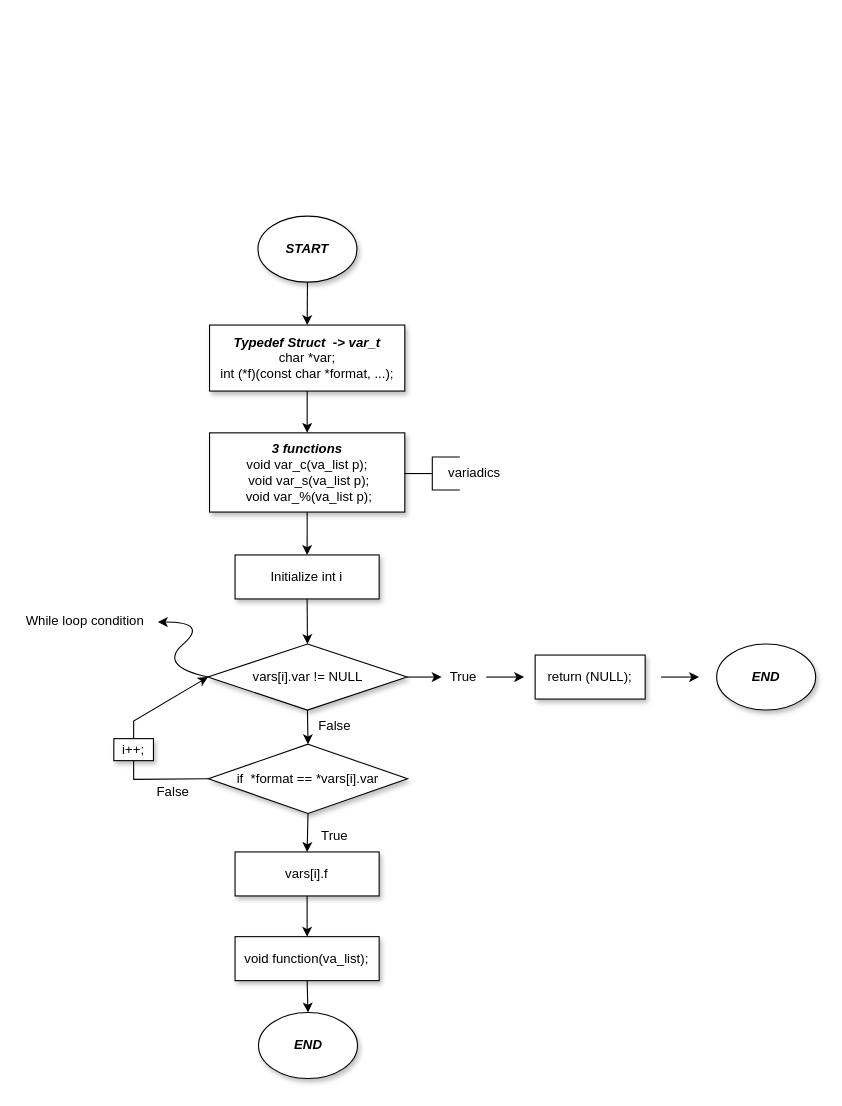
Earlier version of the draw.io diagram Diagramme sans nom.drawio (Amandine4731/holbertonschool-printf). Source tidied: cells renumbered, new cells numbered last; positions are measured from the earlier drawing's top-left corner, leaving out a move shared by most shapes. Both pictures are drawn from the tidied source at 110%, with x=0, y=0 at pixel (19, 216).
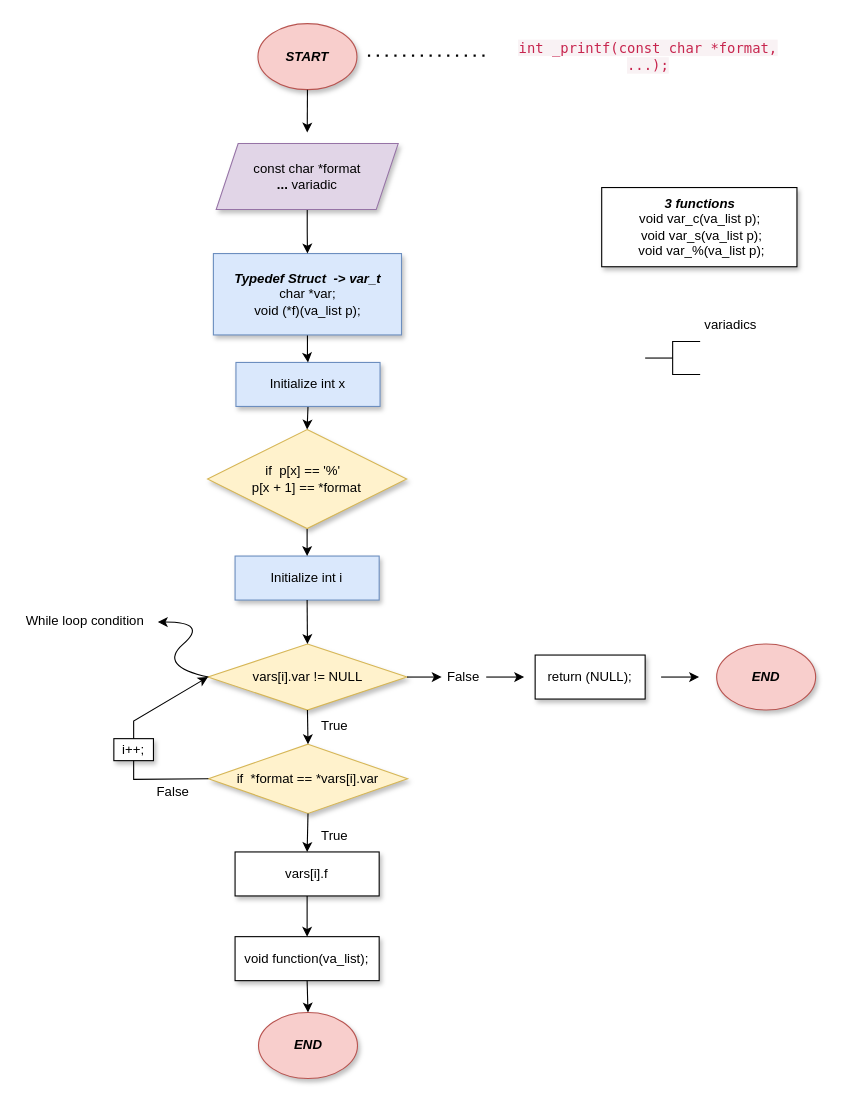
The same page after the edit.

Commit message:
Mettre à jour Diagramme sans nom.drawio

Change to the diagram source:
```diff
@@
-    <mxCell id="2" value="&lt;b&gt;&lt;i&gt;START&lt;/i&gt;&lt;/b&gt;" style="ellipse;whiteSpace=wrap;html=1;shadow=1;" parent="1" vertex="1">
-      <mxGeometry x="217" width="90" height="60" as="geometry" />
+    <mxCell id="2" value="&lt;b&gt;&lt;i&gt;START&lt;/i&gt;&lt;/b&gt;" style="ellipse;whiteSpace=wrap;html=1;shadow=1;fillColor=#f8cecc;strokeColor=#b85450;" parent="1" vertex="1">
+      <mxGeometry x="217" y="-175" width="90" height="60" as="geometry" />
     </mxCell>
-    <mxCell id="3" value="&lt;b&gt;&lt;i&gt;Typedef Struct&amp;nbsp; -&amp;gt; var_t&lt;/i&gt;&lt;/b&gt;&lt;br&gt;char *var;&lt;br&gt;int (*f)(const char *format, ...);" style="rounded=0;whiteSpace=wrap;html=1;shadow=1;" parent="1" vertex="1">
-      <mxGeometry x="173" y="99" width="177.5" height="60" as="geometry" />
-    </mxCell>
     <mxCell id="4" value="&lt;b&gt;&lt;i&gt;3 functions&lt;br&gt;&lt;/i&gt;&lt;/b&gt;&lt;div&gt;void var_c(va_list p);&lt;/div&gt;&lt;div&gt;&amp;nbsp;void var_s(va_list p);&lt;/div&gt;&lt;div&gt;&amp;nbsp;void var_%(va_list p);&lt;/div&gt;" style="rounded=0;whiteSpace=wrap;html=1;shadow=1;" parent="1" vertex="1">
-      <mxGeometry x="173" y="197" width="177.5" height="72" as="geometry" />
+      <mxGeometry x="529.5" y="-26" width="177.5" height="72" as="geometry" />
     </mxCell>
     <mxCell id="5" style="strokeWidth=1;html=1;shape=mxgraph.flowchart.annotation_2;align=left;labelPosition=right;shadow=0;" parent="1" vertex="1">
-      <mxGeometry x="350.5" y="219" width="50" height="30" as="geometry" />
+      <mxGeometry x="569" y="114" width="50" height="30" as="geometry" />
     </mxCell>
     <mxCell id="6" value="variadics" style="text;html=1;strokeColor=none;fillColor=none;align=center;verticalAlign=middle;whiteSpace=wrap;rounded=0;shadow=0;strokeWidth=1;" parent="1" vertex="1">
-      <mxGeometry x="384" y="219" width="60" height="30" as="geometry" />
+      <mxGeometry x="617" y="84" width="60" height="30" as="geometry" />
     </mxCell>
-    <mxCell id="7" value="Initialize int i" style="rounded=0;whiteSpace=wrap;html=1;shadow=1;strokeWidth=1;" parent="1" vertex="1">
-      <mxGeometry x="196.2" y="308" width="131" height="40" as="geometry" />
+    <mxCell id="7" value="Initialize int i" style="rounded=0;whiteSpace=wrap;html=1;shadow=1;strokeWidth=1;fillColor=#dae8fc;strokeColor=#6c8ebf;" parent="1" vertex="1">
+      <mxGeometry x="196.2" y="309" width="131" height="40" as="geometry" />
     </mxCell>
-    <mxCell id="8" value="vars[i].var != NULL" style="rhombus;whiteSpace=wrap;html=1;shadow=1;strokeWidth=1;" parent="1" vertex="1">
+    <mxCell id="8" value="vars[i].var != NULL" style="rhombus;whiteSpace=wrap;html=1;shadow=1;strokeWidth=1;fillColor=#fff2cc;strokeColor=#d6b656;" parent="1" vertex="1">
       <mxGeometry x="171.5" y="389" width="181" height="60" as="geometry" />
     </mxCell>
@@
-    <mxCell id="12" value="True" style="text;html=1;strokeColor=none;fillColor=none;align=center;verticalAlign=middle;whiteSpace=wrap;rounded=0;shadow=0;strokeWidth=1;" parent="1" vertex="1">
+    <mxCell id="12" value="False" style="text;html=1;strokeColor=none;fillColor=none;align=center;verticalAlign=middle;whiteSpace=wrap;rounded=0;shadow=0;strokeWidth=1;" parent="1" vertex="1">
       <mxGeometry x="384" y="404" width="40" height="30" as="geometry" />
     </mxCell>
@@
-    <mxCell id="16" value="&lt;b&gt;&lt;i&gt;END&lt;/i&gt;&lt;/b&gt;" style="ellipse;whiteSpace=wrap;html=1;shadow=1;" parent="1" vertex="1">
+    <mxCell id="16" value="&lt;b&gt;&lt;i&gt;END&lt;/i&gt;&lt;/b&gt;" style="ellipse;whiteSpace=wrap;html=1;shadow=1;fillColor=#f8cecc;strokeColor=#b85450;" parent="1" vertex="1">
       <mxGeometry x="634" y="389" width="90" height="60" as="geometry" />
     </mxCell>
-    <mxCell id="17" style="endArrow=classic;html=1;rounded=0;exitX=0.5;exitY=1;exitDx=0;exitDy=0;entryX=0.5;entryY=0;entryDx=0;entryDy=0;" parent="1" edge="1" source="2" target="3">
-      <mxGeometry relative="1" as="geometry" />
+    <mxCell id="17" style="endArrow=classic;html=1;rounded=0;exitX=0.5;exitY=1;exitDx=0;exitDy=0;entryX=0.5;entryY=0;entryDx=0;entryDy=0;" parent="1" edge="1" source="2">
+      <mxGeometry relative="1" as="geometry">
+        <mxPoint x="261.8" y="-76" as="targetPoint" />
+      </mxGeometry>
     </mxCell>
-    <mxCell id="18" style="endArrow=classic;html=1;rounded=0;exitX=0.5;exitY=1;exitDx=0;exitDy=0;entryX=0.5;entryY=0;entryDx=0;entryDy=0;" parent="1" edge="1" source="3" target="4">
-      <mxGeometry relative="1" as="geometry" />
-    </mxCell>
-    <mxCell id="19" style="endArrow=classic;html=1;rounded=0;exitX=0.5;exitY=1;exitDx=0;exitDy=0;entryX=0.5;entryY=0;entryDx=0;entryDy=0;" parent="1" edge="1" source="4" target="7">
+    <mxCell id="19" style="endArrow=classic;html=1;rounded=0;exitX=0.5;exitY=1;exitDx=0;exitDy=0;entryX=0.5;entryY=0;entryDx=0;entryDy=0;" parent="1" edge="1" source="34" target="7">
       <mxGeometry relative="1" as="geometry" />
     </mxCell>
-    <mxCell id="20" style="endArrow=classic;html=1;rounded=0;exitX=0.5;exitY=1;exitDx=0;exitDy=0;entryX=0.5;entryY=0;entryDx=0;entryDy=0;" parent="1" edge="1" source="7" target="8">
+    <mxCell id="20" style="endArrow=classic;html=1;rounded=0;entryX=0.5;entryY=0;entryDx=0;entryDy=0;exitX=0.5;exitY=1;exitDx=0;exitDy=0;" parent="1" edge="1" source="7" target="8">
       <mxGeometry relative="1" as="geometry" />
     </mxCell>
-    <mxCell id="21" value="if&amp;nbsp; *format == *vars[i].var" style="rhombus;whiteSpace=wrap;html=1;shadow=1;strokeWidth=1;" parent="1" vertex="1">
+    <mxCell id="21" value="if&amp;nbsp; *format == *vars[i].var" style="rhombus;whiteSpace=wrap;html=1;shadow=1;strokeWidth=1;fillColor=#fff2cc;strokeColor=#d6b656;" parent="1" vertex="1">
       <mxGeometry x="172" y="480" width="181" height="63" as="geometry" />
     </mxCell>
@@
-    <mxCell id="24" value="False" style="text;html=1;strokeColor=none;fillColor=none;align=center;verticalAlign=middle;whiteSpace=wrap;rounded=0;shadow=0;strokeWidth=1;" parent="1" vertex="1">
+    <mxCell id="24" value="True" style="text;html=1;strokeColor=none;fillColor=none;align=center;verticalAlign=middle;whiteSpace=wrap;rounded=0;shadow=0;strokeWidth=1;" parent="1" vertex="1">
       <mxGeometry x="267" y="449" width="40" height="30" as="geometry" />
     </mxCell>
@@
-    <mxCell id="32" value="&lt;b&gt;&lt;i&gt;END&lt;/i&gt;&lt;/b&gt;" style="ellipse;whiteSpace=wrap;html=1;shadow=1;" parent="1" vertex="1">
+    <mxCell id="32" value="&lt;b&gt;&lt;i&gt;END&lt;/i&gt;&lt;/b&gt;" style="ellipse;whiteSpace=wrap;html=1;shadow=1;fillColor=#f8cecc;strokeColor=#b85450;" parent="1" vertex="1">
       <mxGeometry x="217.5" y="724" width="90" height="60" as="geometry" />
     </mxCell>
@@
+    <mxCell id="34" value="if&amp;nbsp; p[x] == '%'&amp;nbsp;&amp;nbsp;&lt;br&gt;p[x + 1] == *format" style="rhombus;whiteSpace=wrap;html=1;shadow=1;strokeWidth=1;fillColor=#fff2cc;strokeColor=#d6b656;" parent="1" vertex="1">
+      <mxGeometry x="171.2" y="194" width="181" height="90" as="geometry" />
+    </mxCell>
+    <mxCell id="35" style="endArrow=classic;html=1;rounded=0;entryX=0.5;entryY=0;entryDx=0;entryDy=0;exitX=0.5;exitY=1;exitDx=0;exitDy=0;" parent="1" edge="1" source="36" target="34">
+      <mxGeometry relative="1" as="geometry" />
+    </mxCell>
+    <mxCell id="36" value="Initialize int x" style="rounded=0;whiteSpace=wrap;html=1;shadow=1;strokeWidth=1;fillColor=#dae8fc;strokeColor=#6c8ebf;" parent="1" vertex="1">
+      <mxGeometry x="197" y="133" width="131" height="40" as="geometry" />
+    </mxCell>
+    <mxCell id="37" style="endArrow=none;dashed=1;html=1;dashPattern=1 3;strokeWidth=2;rounded=0;" parent="1" edge="1">
+      <mxGeometry relative="1" as="geometry">
+        <mxPoint x="317" y="-146" as="sourcePoint" />
+        <mxPoint x="427" y="-146" as="targetPoint" />
+      </mxGeometry>
+    </mxCell>
+    <mxCell id="38" value="&lt;span style=&quot;color: rgb(199, 37, 78); font-family: Menlo, Monaco, Consolas, &amp;quot;Courier New&amp;quot;, monospace; font-size: 12.6px; text-align: left; background-color: rgb(249, 242, 244);&quot;&gt;int _printf(const char *format, ...);&lt;/span&gt;" style="text;html=1;strokeColor=none;fillColor=none;align=center;verticalAlign=middle;whiteSpace=wrap;rounded=0;shadow=1;strokeWidth=1;" parent="1" vertex="1">
+      <mxGeometry x="437" y="-160" width="270" height="30" as="geometry" />
+    </mxCell>
+    <mxCell id="39" style="edgeStyle=orthogonalEdgeStyle;rounded=0;jettySize=auto;html=1;" parent="1" edge="1" source="40" target="36">
+      <mxGeometry relative="1" as="geometry" />
+    </mxCell>
+    <mxCell id="40" value="&lt;b&gt;&lt;i&gt;Typedef Struct&amp;nbsp; -&amp;gt; var_t&lt;/i&gt;&lt;/b&gt;&lt;br&gt;char *var;&lt;br&gt;void (*f)(va_list p);" style="rounded=0;whiteSpace=wrap;html=1;shadow=1;strokeWidth=1;fillColor=#dae8fc;strokeColor=#6c8ebf;" parent="1" vertex="1">
+      <mxGeometry x="176.5" y="34" width="171" height="74" as="geometry" />
+    </mxCell>
+    <mxCell id="41" style="edgeStyle=orthogonalEdgeStyle;rounded=0;jettySize=auto;html=1;" parent="1" edge="1" source="42" target="40">
+      <mxGeometry relative="1" as="geometry" />
+    </mxCell>
+    <mxCell id="42" value="const char *format&lt;br&gt;&lt;b&gt;... &lt;/b&gt;variadic" style="shape=parallelogram;perimeter=parallelogramPerimeter;whiteSpace=wrap;html=1;fixedSize=1;shadow=1;strokeWidth=1;fillColor=#e1d5e7;strokeColor=#9673a6;" parent="1" vertex="1">
+      <mxGeometry x="179" y="-66" width="165.5" height="60" as="geometry" />
+    </mxCell>
```
